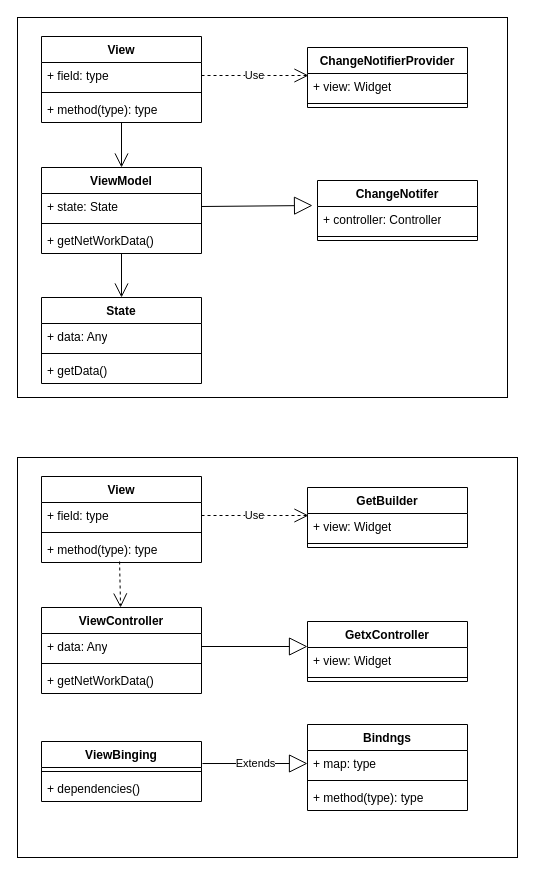
paopaosecret/resources keeps this draw.io diagram as diagrams/1v1demo.drawio. Above is the earlier version. Source tidied: cells renumbered, new cells numbered last; positions are measured from the earlier drawing's top-left corner, leaving out a move shared by most shapes. Both pictures are drawn from the tidied source at 100%, with x=0, y=0 at pixel (17, 17).
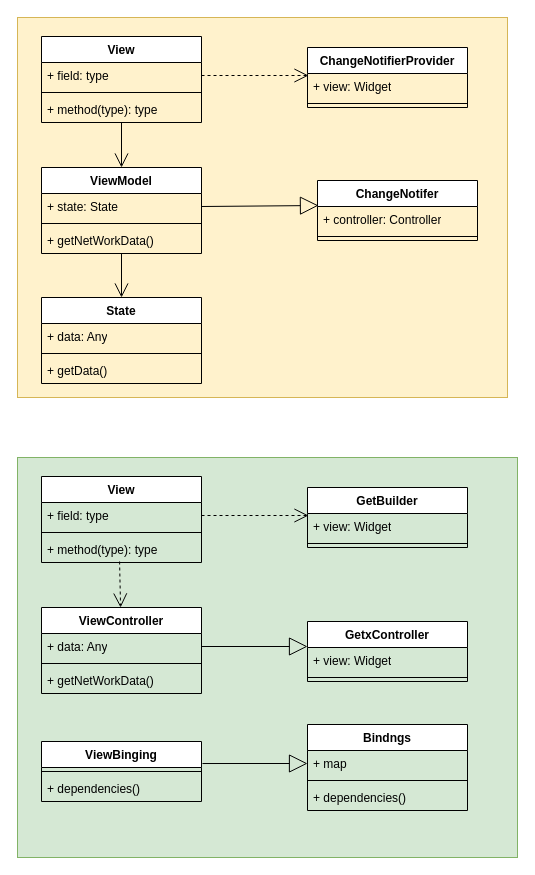
Above is the later version.

Unchanged cells that the change refers to:
```xml
<mxCell id="4" value="+ field: type" style="text;strokeColor=none;fillColor=none;align=left;verticalAlign=top;spacingLeft=4;spacingRight=4;overflow=hidden;points=[[0,0.5],[1,0.5]];portConstraint=eastwest;whiteSpace=wrap;html=1;" parent="3" vertex="1">
  <mxGeometry y="26" width="160" height="26" as="geometry" />
</mxCell>
<mxCell id="8" value="+ state: State" style="text;strokeColor=none;fillColor=none;align=left;verticalAlign=top;spacingLeft=4;spacingRight=4;overflow=hidden;points=[[0,0.5],[1,0.5]];portConstraint=eastwest;whiteSpace=wrap;html=1;" parent="7" vertex="1">
  <mxGeometry y="26" width="160" height="26" as="geometry" />
</mxCell>
<mxCell id="18" value="+ controller: Controller" style="text;strokeColor=none;fillColor=none;align=left;verticalAlign=top;spacingLeft=4;spacingRight=4;overflow=hidden;points=[[0,0.5],[1,0.5]];portConstraint=eastwest;whiteSpace=wrap;html=1;" parent="17" vertex="1">
  <mxGeometry y="26" width="160" height="26" as="geometry" />
</mxCell>
<mxCell id="23" value="+ view: Widget" style="text;strokeColor=none;fillColor=none;align=left;verticalAlign=top;spacingLeft=4;spacingRight=4;overflow=hidden;points=[[0,0.5],[1,0.5]];portConstraint=eastwest;whiteSpace=wrap;html=1;" parent="22" vertex="1">
  <mxGeometry y="26" width="160" height="26" as="geometry" />
</mxCell>
<mxCell id="27" value="+ field: type" style="text;strokeColor=none;fillColor=none;align=left;verticalAlign=top;spacingLeft=4;spacingRight=4;overflow=hidden;points=[[0,0.5],[1,0.5]];portConstraint=eastwest;whiteSpace=wrap;html=1;" parent="26" vertex="1">
  <mxGeometry y="26" width="160" height="26" as="geometry" />
</mxCell>
<mxCell id="37" value="+ view: Widget" style="text;strokeColor=none;fillColor=none;align=left;verticalAlign=top;spacingLeft=4;spacingRight=4;overflow=hidden;points=[[0,0.5],[1,0.5]];portConstraint=eastwest;whiteSpace=wrap;html=1;" parent="36" vertex="1">
  <mxGeometry y="26" width="160" height="26" as="geometry" />
</mxCell>
<mxCell id="42" value="ViewBinging" style="swimlane;fontStyle=1;align=center;verticalAlign=top;horizontal=1;startSize=26;whiteSpace=wrap;html=1;" parent="1" vertex="1">
  <mxGeometry x="24" y="724" width="160" height="60" as="geometry" />
</mxCell>
<mxCell id="45" value="Bindngs" style="swimlane;fontStyle=1;align=center;verticalAlign=top;horizontal=1;startSize=26;whiteSpace=wrap;html=1;" parent="1" vertex="1">
  <mxGeometry x="290" y="707" width="160" height="86" as="geometry" />
</mxCell>
```

Diff of the diagram source:
```diff
@@
-    <mxCell id="2" style="rounded=0;whiteSpace=wrap;html=1;" parent="1" vertex="1">
+    <mxCell id="2" style="rounded=0;whiteSpace=wrap;html=1;fillColor=#fff2cc;strokeColor=#d6b656;" parent="1" vertex="1">
       <mxGeometry width="490" height="380" as="geometry" />
     </mxCell>
@@
-    <mxCell id="20" style="endArrow=block;endSize=16;endFill=0;html=1;rounded=0;exitX=1;exitY=0.5;exitDx=0;exitDy=0;entryX=-0.031;entryY=-0.038;entryDx=0;entryDy=0;entryPerimeter=0;" parent="1" edge="1" source="8" target="18">
+    <mxCell id="20" style="endArrow=block;endSize=16;endFill=0;html=1;rounded=0;exitX=1;exitY=0.5;exitDx=0;exitDy=0;entryX=0.006;entryY=-0.038;entryDx=0;entryDy=0;entryPerimeter=0;" parent="1" edge="1" source="8" target="18">
       <mxGeometry relative="1" as="geometry" />
     </mxCell>
-    <mxCell id="21" value="Use" style="endArrow=open;endSize=12;dashed=1;html=1;rounded=0;exitX=1;exitY=0.5;exitDx=0;exitDy=0;entryX=0.006;entryY=0.077;entryDx=0;entryDy=0;entryPerimeter=0;" parent="1" edge="1" source="4" target="23">
+    <mxCell id="21" style="endArrow=open;endSize=12;dashed=1;html=1;rounded=0;exitX=1;exitY=0.5;exitDx=0;exitDy=0;entryX=0.006;entryY=0.077;entryDx=0;entryDy=0;entryPerimeter=0;" parent="1" edge="1" source="4" target="23">
       <mxGeometry relative="1" as="geometry" />
     </mxCell>
@@
-    <mxCell id="25" style="rounded=0;whiteSpace=wrap;html=1;" parent="1" vertex="1">
+    <mxCell id="25" style="rounded=0;whiteSpace=wrap;html=1;fillColor=#d5e8d4;strokeColor=#82b366;" parent="1" vertex="1">
       <mxGeometry y="440" width="500" height="400" as="geometry" />
     </mxCell>
@@
-    <mxCell id="35" value="Use" style="endArrow=open;endSize=12;dashed=1;html=1;rounded=0;exitX=1;exitY=0.5;exitDx=0;exitDy=0;entryX=0.006;entryY=0.077;entryDx=0;entryDy=0;entryPerimeter=0;" parent="1" edge="1" source="27" target="37">
+    <mxCell id="35" style="endArrow=open;endSize=12;dashed=1;html=1;rounded=0;exitX=1;exitY=0.5;exitDx=0;exitDy=0;entryX=0.006;entryY=0.077;entryDx=0;entryDy=0;entryPerimeter=0;" parent="1" edge="1" source="27" target="37">
       <mxGeometry relative="1" as="geometry" />
     </mxCell>
@@
-    <mxCell id="46" value="+ map: type" style="text;strokeColor=none;fillColor=none;align=left;verticalAlign=top;spacingLeft=4;spacingRight=4;overflow=hidden;points=[[0,0.5],[1,0.5]];portConstraint=eastwest;whiteSpace=wrap;html=1;" parent="45" vertex="1">
+    <mxCell id="46" value="+ map" style="text;strokeColor=none;fillColor=none;align=left;verticalAlign=top;spacingLeft=4;spacingRight=4;overflow=hidden;points=[[0,0.5],[1,0.5]];portConstraint=eastwest;whiteSpace=wrap;html=1;" parent="45" vertex="1">
       <mxGeometry y="26" width="160" height="26" as="geometry" />
     </mxCell>
@@
-    <mxCell id="48" value="+ method(type): type" style="text;strokeColor=none;fillColor=none;align=left;verticalAlign=top;spacingLeft=4;spacingRight=4;overflow=hidden;whiteSpace=wrap;html=1;" parent="45" vertex="1">
+    <mxCell id="48" value="+&amp;nbsp;dependencies()" style="text;strokeColor=none;fillColor=none;align=left;verticalAlign=top;spacingLeft=4;spacingRight=4;overflow=hidden;whiteSpace=wrap;html=1;" parent="45" vertex="1">
       <mxGeometry y="60" width="160" height="26" as="geometry" />
     </mxCell>
-    <mxCell id="49" value="Extends" style="endArrow=block;endSize=16;endFill=0;html=1;rounded=0;exitX=1.006;exitY=0.367;exitDx=0;exitDy=0;exitPerimeter=0;entryX=0;entryY=0.5;entryDx=0;entryDy=0;" parent="1" edge="1" source="42" target="46">
+    <mxCell id="49" style="endArrow=block;endSize=16;endFill=0;html=1;rounded=0;exitX=1.006;exitY=0.367;exitDx=0;exitDy=0;exitPerimeter=0;entryX=0;entryY=0.5;entryDx=0;entryDy=0;" parent="1" edge="1" source="42" target="46">
       <mxGeometry relative="1" as="geometry" />
     </mxCell>
```
